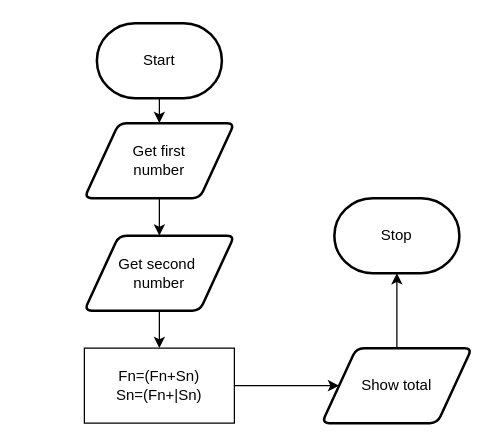
Emmanuel-Fofeyin/ICS3U-Unit3-01-Python keeps this draw.io diagram as design/flowchart.drawio. Above is the earlier version. Source tidied: cells renumbered, new cells numbered last; positions are measured from the earlier drawing's top-left corner, leaving out a move shared by most shapes. Both pictures are drawn from the tidied source at 125%, with x=0, y=0 at pixel (84, 22).
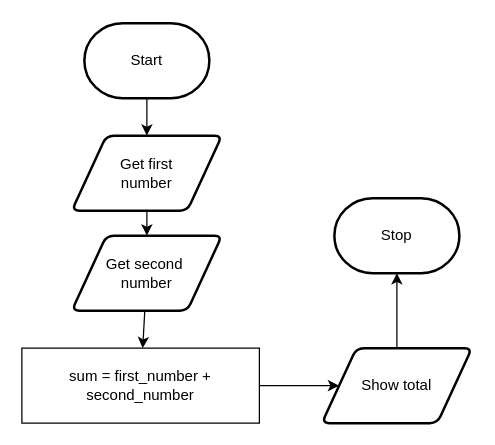
After the change.

What changed in the source:
```diff
@@
 <mxGraphModel>
   <root>
     <mxCell id="0" />
     <mxCell id="1" parent="0" />
     <mxCell id="2" style="edgeStyle=none;html=1;entryX=0.5;entryY=0;entryDx=0;entryDy=0;" parent="1" edge="1" source="3" target="12">
       <mxGeometry relative="1" as="geometry" />
     </mxCell>
     <mxCell id="3" value="Start" style="strokeWidth=2;html=1;shape=mxgraph.flowchart.terminator;whiteSpace=wrap;" parent="1" vertex="1">
-      <mxGeometry x="10" width="100" height="60" as="geometry" />
+      <mxGeometry width="100" height="60" as="geometry" />
     </mxCell>
     <mxCell id="4" style="edgeStyle=none;html=1;" parent="1" edge="1" source="5" target="7">
       <mxGeometry relative="1" as="geometry" />
     </mxCell>
     <mxCell id="5" value="Get second&amp;nbsp;&lt;br&gt;number" style="shape=parallelogram;html=1;strokeWidth=2;perimeter=parallelogramPerimeter;whiteSpace=wrap;rounded=1;arcSize=12;size=0.23;" parent="1" vertex="1">
-      <mxGeometry y="170" width="120" height="60" as="geometry" />
+      <mxGeometry x="-10" y="170" width="120" height="60" as="geometry" />
     </mxCell>
     <mxCell id="6" style="edgeStyle=none;html=1;entryX=0;entryY=0.5;entryDx=0;entryDy=0;" parent="1" edge="1" source="7" target="9">
       <mxGeometry relative="1" as="geometry" />
     </mxCell>
-    <mxCell id="7" value="Fn=(Fn+Sn)&lt;br&gt;Sn=(Fn+|Sn)" style="rounded=0;whiteSpace=wrap;html=1;" parent="1" vertex="1">
-      <mxGeometry y="260" width="120" height="60" as="geometry" />
+    <mxCell id="7" value="sum = first_number + second_number" style="rounded=0;whiteSpace=wrap;html=1;" parent="1" vertex="1">
+      <mxGeometry x="-50" y="260" width="190" height="60" as="geometry" />
     </mxCell>
     <mxCell id="8" style="edgeStyle=none;html=1;entryX=0.5;entryY=1;entryDx=0;entryDy=0;entryPerimeter=0;" parent="1" edge="1" source="9" target="10">
       <mxGeometry relative="1" as="geometry" />
     </mxCell>
     <mxCell id="9" value="Show total" style="shape=parallelogram;html=1;strokeWidth=2;perimeter=parallelogramPerimeter;whiteSpace=wrap;rounded=1;arcSize=12;size=0.23;" parent="1" vertex="1">
       <mxGeometry x="190" y="260" width="120" height="60" as="geometry" />
     </mxCell>
     <mxCell id="10" value="Stop" style="strokeWidth=2;html=1;shape=mxgraph.flowchart.terminator;whiteSpace=wrap;" parent="1" vertex="1">
       <mxGeometry x="200" y="140" width="100" height="60" as="geometry" />
     </mxCell>
     <mxCell id="11" style="edgeStyle=none;html=1;entryX=0.5;entryY=0;entryDx=0;entryDy=0;" parent="1" edge="1" source="12" target="5">
       <mxGeometry relative="1" as="geometry" />
     </mxCell>
     <mxCell id="12" value="Get first &lt;br&gt;number" style="shape=parallelogram;html=1;strokeWidth=2;perimeter=parallelogramPerimeter;whiteSpace=wrap;rounded=1;arcSize=12;size=0.23;" parent="1" vertex="1">
-      <mxGeometry y="80" width="120" height="60" as="geometry" />
+      <mxGeometry x="-10" y="90" width="120" height="60" as="geometry" />
     </mxCell>
   </root>
 </mxGraphModel>
```
